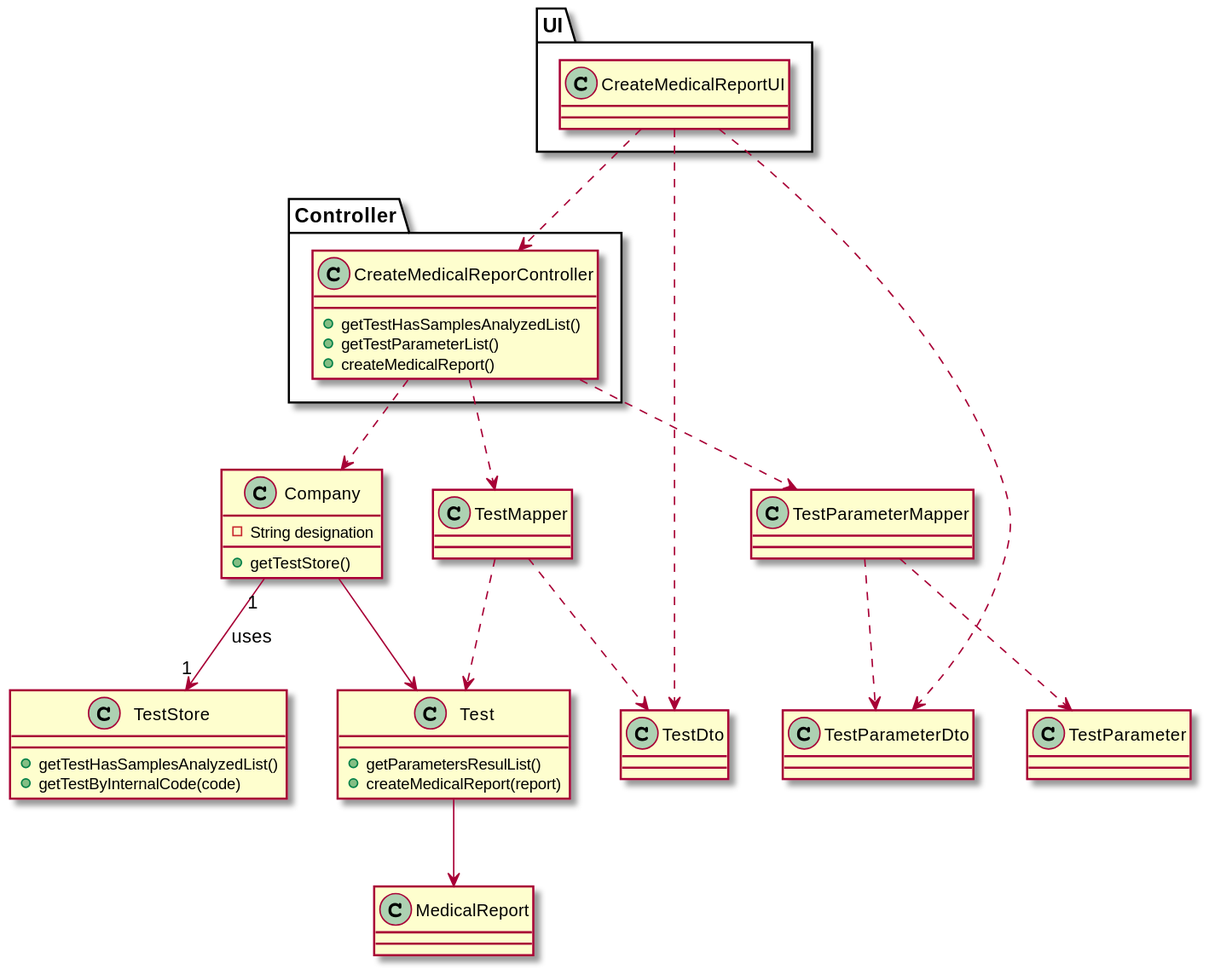
manu-07-ela/LAPR2_ISEP keeps this PlantUML diagram as docs/SprintC/US14/US14_CD.svg. Above is the earlier version.
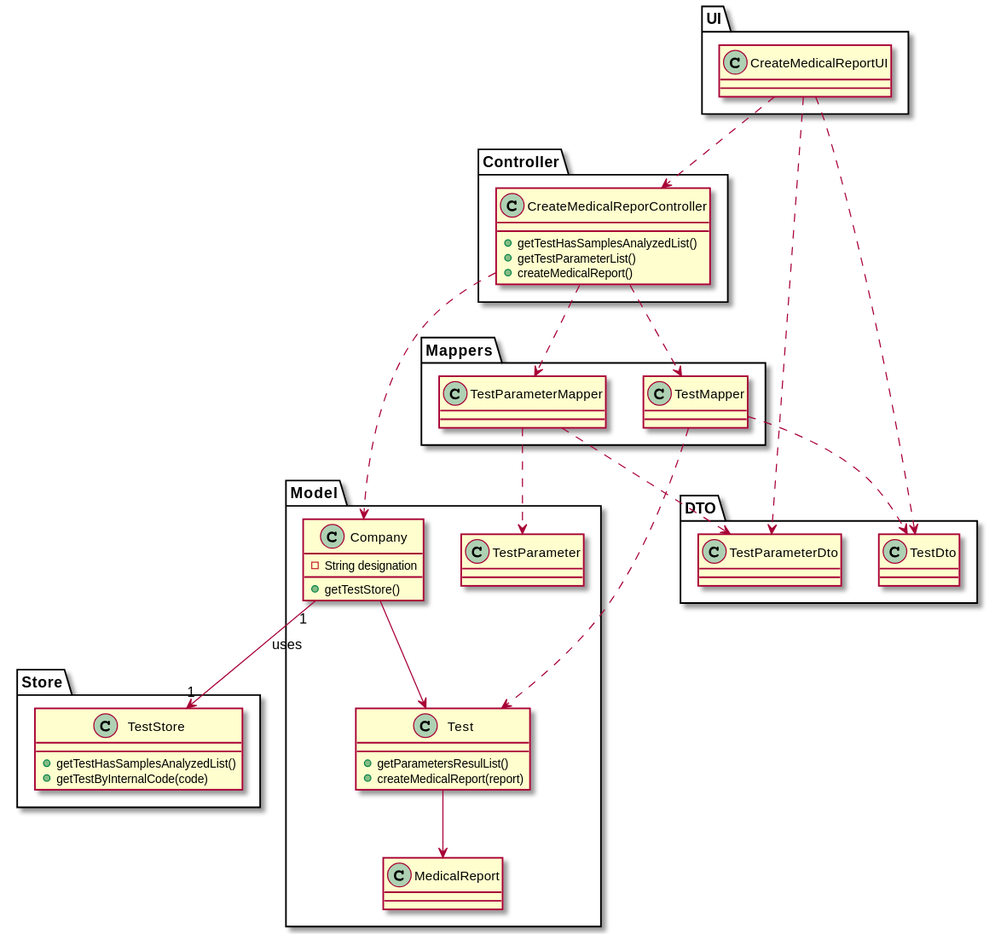
The same file after the commit.

What changed in the source:
```diff
@@ -13,14 +13,10 @@
 }
 }
 
+package Model{
 class Company{
 -String designation
 +getTestStore()
-}
-
-class TestStore{
-+getTestHasSamplesAnalyzedList()
-+getTestByInternalCode(code)
 }
 
 class Test{
@@ -31,20 +27,33 @@
 class MedicalReport{
 }
 
+class TestParameter{
+}
+}
+
+package Store{
+class TestStore{
++getTestHasSamplesAnalyzedList()
++getTestByInternalCode(code)
+}
+}
+
+package Mappers{
 class TestMapper{
 }
 
-class TestDto{
+class TestParameterMapper{
+}
 }
 
-class TestParameter{
+package DTO{
+class TestDto{
 }
 
 class TestParameterDto{
 }
+}
 
-class TestParameterMapper{
-}
 
 CreateMedicalReportUI ..> CreateMedicalReporController
 CreateMedicalReportUI ..> TestDto
```
